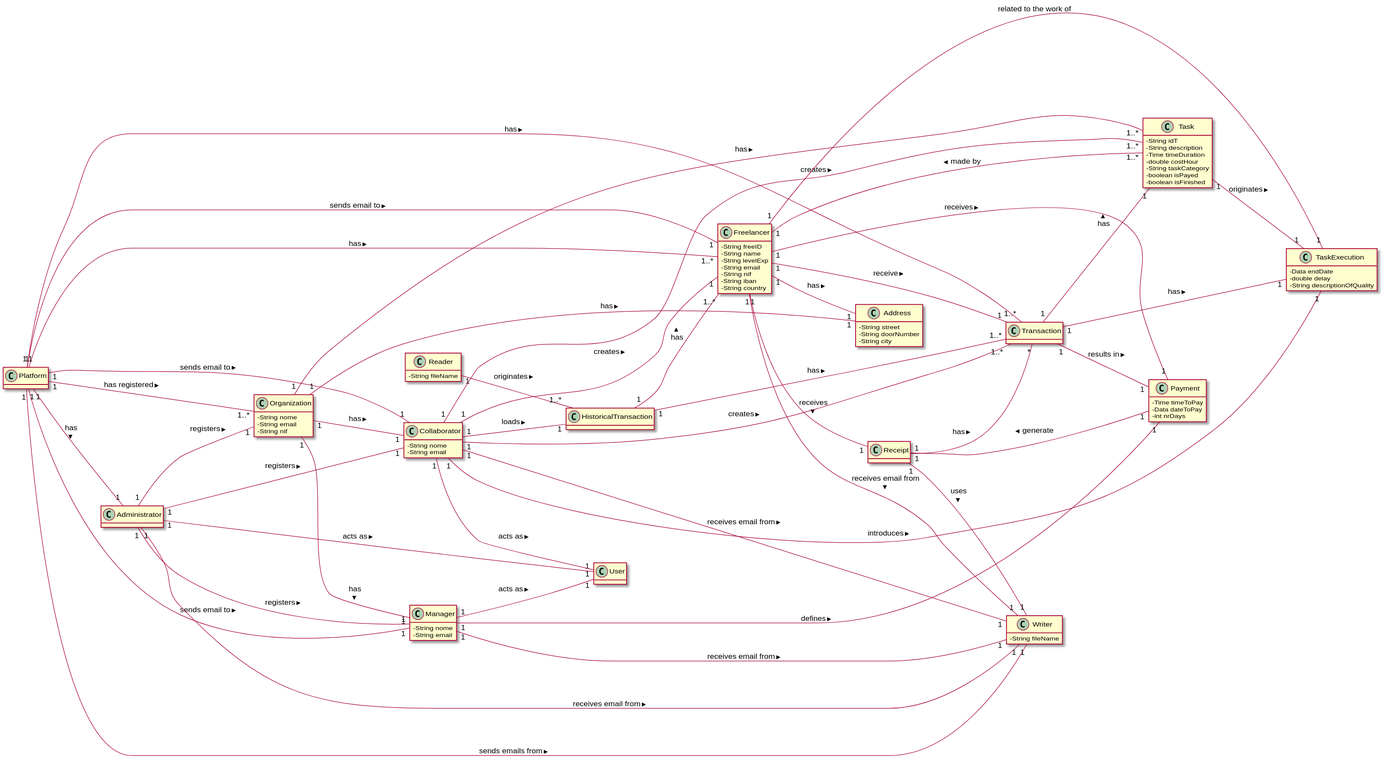
1190452/LAPR2 keeps this PlantUML diagram as docs/MD/LAPR2_MD.svg. Above is the earlier version.
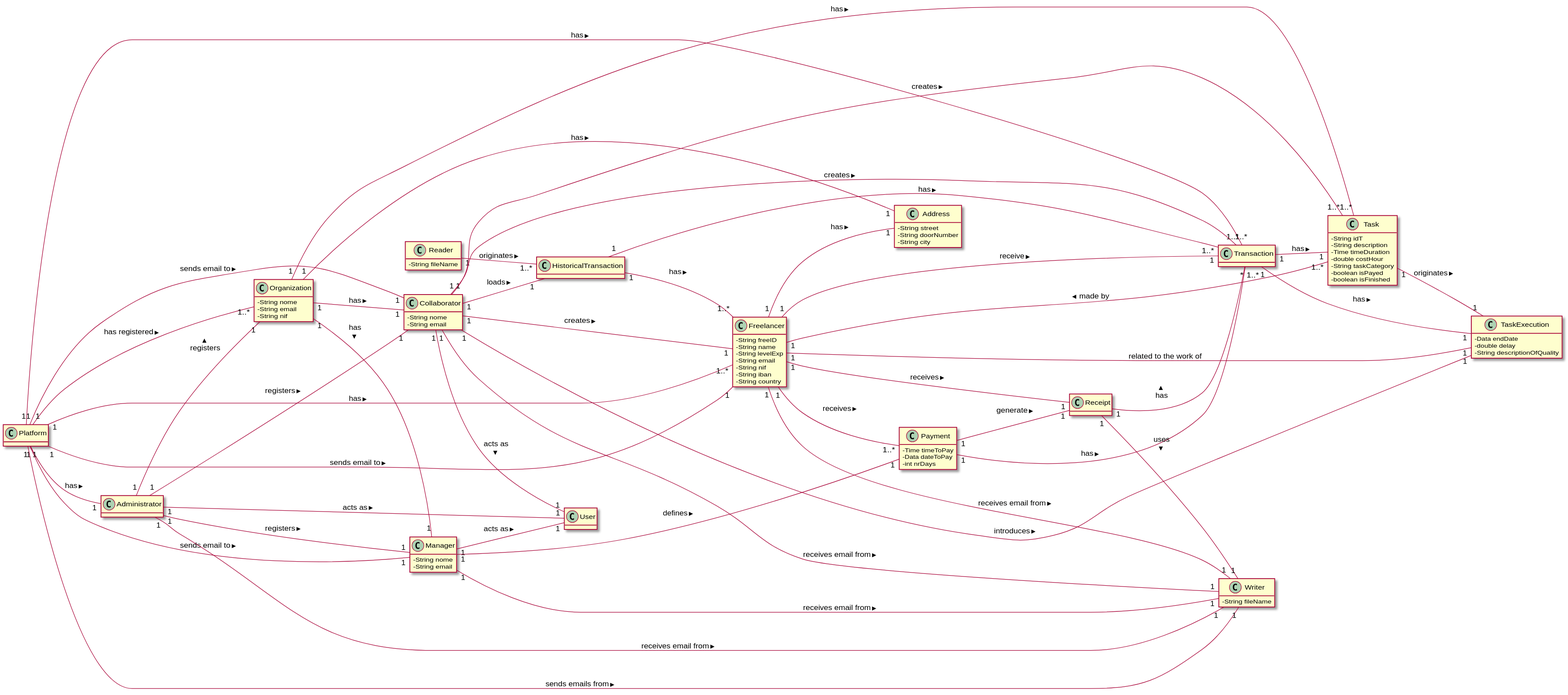
After the change.

What changed in the source:
```diff
@@ -85,7 +85,7 @@
 
 Freelancer "1" -- "1" Transaction: receive >
 Freelancer "1" -- "1" Receipt: receives >
-Freelancer "1" -- "1" Payment: receives >
+Freelancer "1" -- "1..*" Payment: receives >
 Freelancer "1" -- "1" Address: has >
 Freelancer "1" -- "1" Writer: receives email from >
 
@@ -116,12 +116,12 @@
 Administrator "1" -- "1" Manager: registers >
 Administrator "1" -- "1" Writer: receives email from >
 
-Transaction "1" -- "1" Payment: results in >
 Transaction "1" -- "1" Task: has >
 Transaction "1" -- "1" TaskExecution: has >
 
 
 Payment "1" -- "1" Receipt: generate >
+Payment "1" -- "1..*" Transaction : has >
 
 
 Reader "1" -- "1..*" HistoricalTransaction: originates >
```
